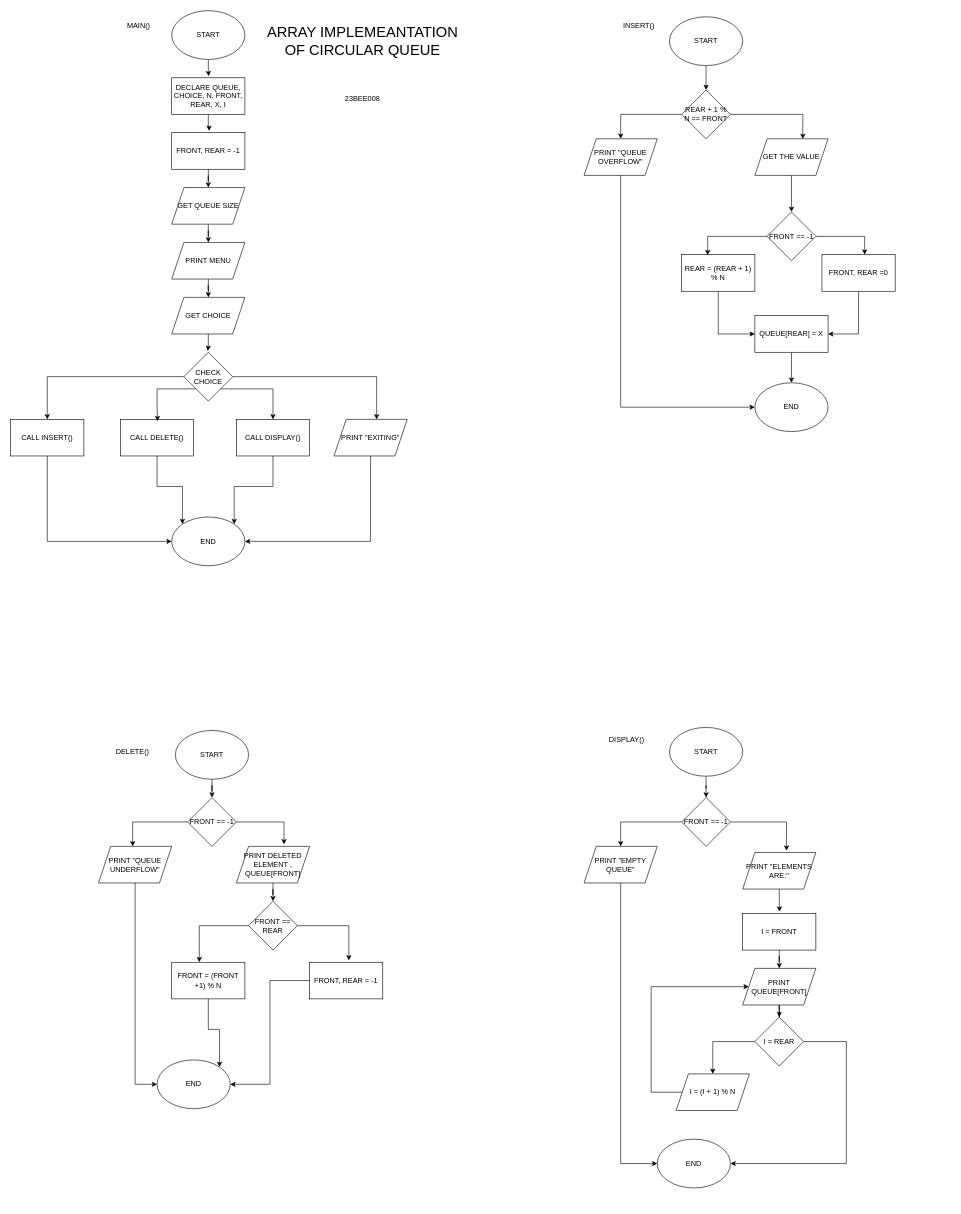
Before: CIRCULAR_QUEUE.drawio in ahamril2265/DSA-LABS, a draw.io diagram. Source tidied: cells renumbered, new cells numbered last; positions are measured from the earlier drawing's top-left corner, leaving out a move shared by most shapes. Both pictures are drawn from the tidied source at 61%, with x=0, y=0 at pixel (10, 10).
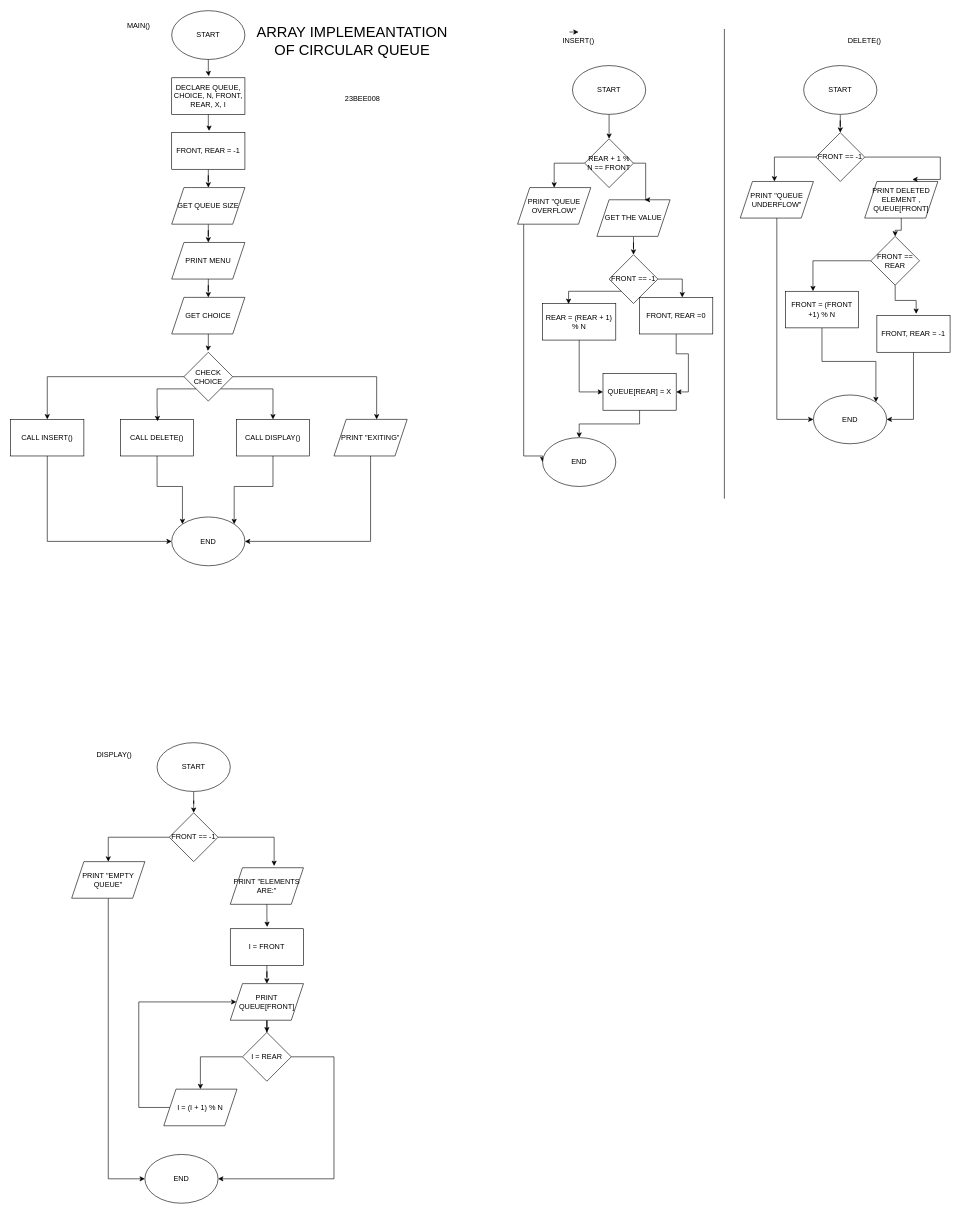
The same page after the edit.

Change to the diagram source:
```diff
@@
     <mxCell id="30" value="START" style="ellipse;whiteSpace=wrap;html=1;" parent="1" vertex="1">
-      <mxGeometry x="1080" y="10" width="120" height="80" as="geometry" />
+      <mxGeometry x="921" y="90" width="120" height="80" as="geometry" />
     </mxCell>
     <mxCell id="31" value="INSERT()" style="text;html=1;whiteSpace=wrap;strokeColor=none;fillColor=none;align=center;verticalAlign=middle;rounded=0;" parent="1" vertex="1">
-      <mxGeometry x="1000" y="10" width="60" height="30" as="geometry" />
+      <mxGeometry x="901" y="35" width="60" height="30" as="geometry" />
     </mxCell>
-    <mxCell id="32" style="edgeStyle=orthogonalEdgeStyle;rounded=0;jettySize=auto;html=1;entryX=0.5;entryY=0;entryDx=0;entryDy=0;" parent="1" edge="1" source="33" target="35">
+    <mxCell id="32" style="edgeStyle=orthogonalEdgeStyle;rounded=0;jettySize=auto;html=1;entryX=0.5;entryY=0;entryDx=0;entryDy=0;exitX=0;exitY=0.5;exitDx=0;exitDy=0;" parent="1" edge="1" source="33" target="35">
       <mxGeometry relative="1" as="geometry" />
     </mxCell>
     <mxCell id="33" value="REAR + 1 % N == FRONT" style="rhombus;whiteSpace=wrap;html=1;" parent="1" vertex="1">
-      <mxGeometry x="1100" y="130" width="80" height="80" as="geometry" />
+      <mxGeometry x="941" y="210" width="80" height="80" as="geometry" />
     </mxCell>
     <mxCell id="34" style="edgeStyle=orthogonalEdgeStyle;rounded=0;jettySize=auto;html=1;entryX=0;entryY=0.5;entryDx=0;entryDy=0;" parent="1" edge="1" source="35" target="48">
       <mxGeometry relative="1" as="geometry">
         <Array as="points">
-          <mxPoint x="1000" y="650" />
+          <mxPoint x="841" y="730" />
         </Array>
       </mxGeometry>
     </mxCell>
     <mxCell id="35" value="PRINT &quot;QUEUE OVERFLOW&quot;" style="shape=parallelogram;perimeter=parallelogramPerimeter;whiteSpace=wrap;html=1;fixedSize=1;" parent="1" vertex="1">
-      <mxGeometry x="940" y="210" width="120" height="60" as="geometry" />
+      <mxGeometry x="831" y="290" width="120" height="60" as="geometry" />
     </mxCell>
@@
     <mxCell id="37" value="GET THE VALUE" style="shape=parallelogram;perimeter=parallelogramPerimeter;whiteSpace=wrap;html=1;fixedSize=1;" parent="1" vertex="1">
-      <mxGeometry x="1220" y="210" width="120" height="60" as="geometry" />
+      <mxGeometry x="961" y="310" width="120" height="60" as="geometry" />
     </mxCell>
     <mxCell id="38" value="FRONT == -1" style="rhombus;whiteSpace=wrap;html=1;" parent="1" vertex="1">
-      <mxGeometry x="1240" y="330" width="80" height="80" as="geometry" />
+      <mxGeometry x="981" y="400" width="80" height="80" as="geometry" />
     </mxCell>
@@
     <mxCell id="40" value="FRONT, REAR =0" style="rounded=0;whiteSpace=wrap;html=1;" parent="1" vertex="1">
-      <mxGeometry x="1330" y="400" width="120" height="60" as="geometry" />
+      <mxGeometry x="1031" y="470" width="120" height="60" as="geometry" />
     </mxCell>
@@
     <mxCell id="42" value="REAR = (REAR + 1) % N" style="rounded=0;whiteSpace=wrap;html=1;" parent="1" vertex="1">
-      <mxGeometry x="1100" y="400" width="120" height="60" as="geometry" />
+      <mxGeometry x="872" y="480" width="120" height="60" as="geometry" />
     </mxCell>
@@
     <mxCell id="44" value="QUEUE[REAR] = X" style="rounded=0;whiteSpace=wrap;html=1;" parent="1" vertex="1">
-      <mxGeometry x="1220" y="500" width="120" height="60" as="geometry" />
+      <mxGeometry x="971" y="595" width="120" height="60" as="geometry" />
     </mxCell>
-    <mxCell id="45" style="edgeStyle=orthogonalEdgeStyle;rounded=0;jettySize=auto;html=1;entryX=0.655;entryY=0.007;entryDx=0;entryDy=0;entryPerimeter=0;" parent="1" edge="1" source="33" target="37">
+    <mxCell id="45" style="edgeStyle=orthogonalEdgeStyle;rounded=0;jettySize=auto;html=1;entryX=0.655;entryY=0.007;entryDx=0;entryDy=0;entryPerimeter=0;exitX=1;exitY=0.5;exitDx=0;exitDy=0;" parent="1" edge="1" source="33" target="37">
       <mxGeometry relative="1" as="geometry" />
     </mxCell>
-    <mxCell id="46" style="edgeStyle=orthogonalEdgeStyle;rounded=0;jettySize=auto;html=1;entryX=0.583;entryY=0;entryDx=0;entryDy=0;entryPerimeter=0;" parent="1" edge="1" source="38" target="40">
+    <mxCell id="46" style="edgeStyle=orthogonalEdgeStyle;rounded=0;jettySize=auto;html=1;entryX=0.583;entryY=0;entryDx=0;entryDy=0;entryPerimeter=0;exitX=1;exitY=0.5;exitDx=0;exitDy=0;" parent="1" edge="1" source="38" target="40">
       <mxGeometry relative="1" as="geometry" />
     </mxCell>
     <mxCell id="47" style="edgeStyle=orthogonalEdgeStyle;rounded=0;jettySize=auto;html=1;entryX=0.355;entryY=0.013;entryDx=0;entryDy=0;entryPerimeter=0;" parent="1" edge="1" source="38" target="42">
-      <mxGeometry relative="1" as="geometry" />
+      <mxGeometry relative="1" as="geometry">
+        <Array as="points">
+          <mxPoint x="915" y="460" />
+        </Array>
+      </mxGeometry>
     </mxCell>
     <mxCell id="48" value="END" style="ellipse;whiteSpace=wrap;html=1;" parent="1" vertex="1">
-      <mxGeometry x="1220" y="610" width="120" height="80" as="geometry" />
+      <mxGeometry x="872" y="700" width="120" height="80" as="geometry" />
     </mxCell>
@@
     <mxCell id="50" value="START" style="ellipse;whiteSpace=wrap;html=1;" parent="1" vertex="1">
-      <mxGeometry x="270" y="1180" width="120" height="80" as="geometry" />
+      <mxGeometry x="1300" y="90" width="120" height="80" as="geometry" />
     </mxCell>
     <mxCell id="51" value="DELETE()" style="text;html=1;whiteSpace=wrap;strokeColor=none;fillColor=none;align=center;verticalAlign=middle;rounded=0;" parent="1" vertex="1">
-      <mxGeometry x="170" y="1200" width="60" height="30" as="geometry" />
+      <mxGeometry x="1370" y="35" width="60" height="30" as="geometry" />
     </mxCell>
     <mxCell id="52" value="FRONT == -1" style="rhombus;whiteSpace=wrap;html=1;" parent="1" vertex="1">
-      <mxGeometry x="290" y="1290" width="80" height="80" as="geometry" />
+      <mxGeometry x="1320" y="200" width="80" height="80" as="geometry" />
     </mxCell>
@@
     <mxCell id="54" value="PRINT &quot;QUEUE UNDERFLOW&quot;" style="shape=parallelogram;perimeter=parallelogramPerimeter;whiteSpace=wrap;html=1;fixedSize=1;" parent="1" vertex="1">
-      <mxGeometry x="144" y="1370" width="120" height="60" as="geometry" />
+      <mxGeometry x="1196" y="280" width="120" height="60" as="geometry" />
     </mxCell>
@@
     <mxCell id="56" value="PRINT DELETED ELEMENT , QUEUE[FRONT]" style="shape=parallelogram;perimeter=parallelogramPerimeter;whiteSpace=wrap;html=1;fixedSize=1;" parent="1" vertex="1">
-      <mxGeometry x="370" y="1370" width="120" height="60" as="geometry" />
+      <mxGeometry x="1400" y="280" width="120" height="60" as="geometry" />
     </mxCell>
     <mxCell id="57" value="FRONT == REAR" style="rhombus;whiteSpace=wrap;html=1;" parent="1" vertex="1">
-      <mxGeometry x="390" y="1460" width="80" height="80" as="geometry" />
+      <mxGeometry x="1410" y="370" width="80" height="80" as="geometry" />
     </mxCell>
@@
     <mxCell id="59" value="FRONT, REAR = -1" style="rounded=0;whiteSpace=wrap;html=1;" parent="1" vertex="1">
-      <mxGeometry x="490" y="1560" width="120" height="60" as="geometry" />
+      <mxGeometry x="1420" y="500" width="120" height="60" as="geometry" />
     </mxCell>
@@
     <mxCell id="61" value="FRONT = (FRONT +1) % N" style="rounded=0;whiteSpace=wrap;html=1;" parent="1" vertex="1">
-      <mxGeometry x="264" y="1560" width="120" height="60" as="geometry" />
+      <mxGeometry x="1270" y="460" width="120" height="60" as="geometry" />
     </mxCell>
     <mxCell id="62" style="edgeStyle=orthogonalEdgeStyle;rounded=0;jettySize=auto;html=1;entryX=0.651;entryY=-0.055;entryDx=0;entryDy=0;entryPerimeter=0;" parent="1" edge="1" source="52" target="56">
       <mxGeometry relative="1" as="geometry">
         <Array as="points">
-          <mxPoint x="448" y="1330" />
+          <mxPoint x="1524" y="240" />
         </Array>
       </mxGeometry>
     </mxCell>
@@
     <mxCell id="66" value="END" style="ellipse;whiteSpace=wrap;html=1;" parent="1" vertex="1">
-      <mxGeometry x="240" y="1720" width="120" height="80" as="geometry" />
+      <mxGeometry x="1316" y="630" width="120" height="80" as="geometry" />
     </mxCell>
@@
     <mxCell id="68" value="START" style="ellipse;whiteSpace=wrap;html=1;" parent="1" vertex="1">
-      <mxGeometry x="1080" y="1175" width="120" height="80" as="geometry" />
+      <mxGeometry x="240" y="1200" width="120" height="80" as="geometry" />
     </mxCell>
     <mxCell id="69" value="DISPLAY()" style="text;html=1;whiteSpace=wrap;strokeColor=none;fillColor=none;align=center;verticalAlign=middle;rounded=0;" parent="1" vertex="1">
-      <mxGeometry x="980" y="1180" width="60" height="30" as="geometry" />
+      <mxGeometry x="140" y="1205" width="60" height="30" as="geometry" />
     </mxCell>
@@
     <mxCell id="71" value="FRONT == -1" style="rhombus;whiteSpace=wrap;html=1;" parent="1" vertex="1">
-      <mxGeometry x="1100" y="1290" width="80" height="80" as="geometry" />
+      <mxGeometry x="260" y="1315" width="80" height="80" as="geometry" />
     </mxCell>
@@
     <mxCell id="73" value="PRINT &quot;EMPTY QUEUE&quot;" style="shape=parallelogram;perimeter=parallelogramPerimeter;whiteSpace=wrap;html=1;fixedSize=1;" parent="1" vertex="1">
-      <mxGeometry x="940" y="1370" width="120" height="60" as="geometry" />
+      <mxGeometry x="100" y="1395" width="120" height="60" as="geometry" />
     </mxCell>
     <mxCell id="74" value="PRINT &quot;ELEMENTS ARE:&quot;" style="shape=parallelogram;perimeter=parallelogramPerimeter;whiteSpace=wrap;html=1;fixedSize=1;" parent="1" vertex="1">
-      <mxGeometry x="1200" y="1380" width="120" height="60" as="geometry" />
+      <mxGeometry x="360" y="1405" width="120" height="60" as="geometry" />
     </mxCell>
@@
     <mxCell id="76" value="I = FRONT" style="rounded=0;whiteSpace=wrap;html=1;" parent="1" vertex="1">
-      <mxGeometry x="1200" y="1480" width="120" height="60" as="geometry" />
+      <mxGeometry x="360" y="1505" width="120" height="60" as="geometry" />
     </mxCell>
@@
     <mxCell id="78" value="PRINT QUEUE[FRONT]" style="shape=parallelogram;perimeter=parallelogramPerimeter;whiteSpace=wrap;html=1;fixedSize=1;" parent="1" vertex="1">
-      <mxGeometry x="1200" y="1570" width="120" height="60" as="geometry" />
+      <mxGeometry x="360" y="1595" width="120" height="60" as="geometry" />
     </mxCell>
@@
     <mxCell id="80" style="edgeStyle=orthogonalEdgeStyle;rounded=0;jettySize=auto;html=1;entryX=1;entryY=0.5;entryDx=0;entryDy=0;" parent="1" edge="1" source="81" target="86">
       <mxGeometry relative="1" as="geometry">
         <Array as="points">
-          <mxPoint x="1370" y="1690" />
-          <mxPoint x="1370" y="1890" />
+          <mxPoint x="530" y="1715" />
+          <mxPoint x="530" y="1915" />
         </Array>
       </mxGeometry>
     </mxCell>
     <mxCell id="81" value="I = REAR" style="rhombus;whiteSpace=wrap;html=1;" parent="1" vertex="1">
-      <mxGeometry x="1220" y="1650" width="80" height="80" as="geometry" />
+      <mxGeometry x="380" y="1675" width="80" height="80" as="geometry" />
     </mxCell>
     <mxCell id="82" style="edgeStyle=orthogonalEdgeStyle;rounded=0;jettySize=auto;html=1;entryX=0;entryY=0.5;entryDx=0;entryDy=0;" parent="1" edge="1" source="83" target="78">
       <mxGeometry relative="1" as="geometry">
         <Array as="points">
-          <mxPoint x="1050" y="1773" />
-          <mxPoint x="1050" y="1600" />
+          <mxPoint x="210" y="1798" />
+          <mxPoint x="210" y="1625" />
         </Array>
       </mxGeometry>
     </mxCell>
     <mxCell id="83" value="I = (I + 1) % N" style="shape=parallelogram;perimeter=parallelogramPerimeter;whiteSpace=wrap;html=1;fixedSize=1;" parent="1" vertex="1">
-      <mxGeometry x="1091" y="1743" width="120" height="60" as="geometry" />
+      <mxGeometry x="251" y="1768" width="120" height="60" as="geometry" />
     </mxCell>
@@
     <mxCell id="86" value="END" style="ellipse;whiteSpace=wrap;html=1;" parent="1" vertex="1">
-      <mxGeometry x="1060" y="1850" width="120" height="80" as="geometry" />
+      <mxGeometry x="220" y="1875" width="120" height="80" as="geometry" />
     </mxCell>
     <mxCell id="87" value="&lt;font style=&quot;font-size: 24px;&quot;&gt;ARRAY IMPLEMEANTATION OF CIRCULAR QUEUE&lt;/font&gt;" style="text;html=1;whiteSpace=wrap;strokeColor=none;fillColor=none;align=center;verticalAlign=middle;rounded=0;" parent="1" vertex="1">
-      <mxGeometry x="417" width="320" height="100" as="geometry" />
+      <mxGeometry x="400" width="320" height="100" as="geometry" />
     </mxCell>
@@
+    <mxCell id="89" style="edgeStyle=orthogonalEdgeStyle;rounded=0;orthogonalLoop=1;jettySize=auto;html=1;exitX=0.25;exitY=0;exitDx=0;exitDy=0;entryX=0.5;entryY=0;entryDx=0;entryDy=0;" parent="1" edge="1" source="31" target="31">
+      <mxGeometry relative="1" as="geometry" />
+    </mxCell>
+    <mxCell id="90" style="endArrow=none;html=1;rounded=0;" parent="1" edge="1">
+      <mxGeometry relative="1" as="geometry">
+        <mxPoint x="1170" y="800" as="sourcePoint" />
+        <mxPoint x="1170" y="30" as="targetPoint" />
+      </mxGeometry>
+    </mxCell>
```
